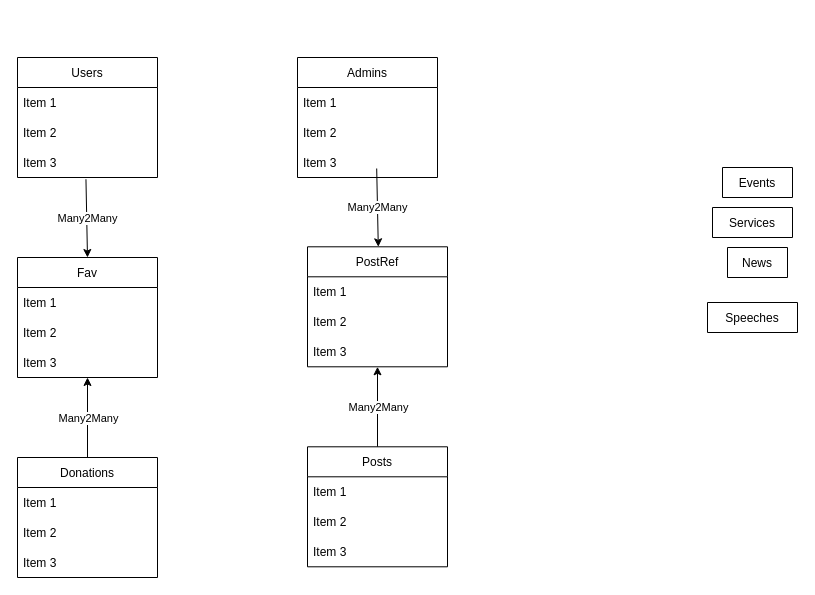
Above: plan.drawio in javokhirbozorov/kidbrook-masjid (draw.io), before the change. Source tidied: cells renumbered, new cells numbered last; positions are measured from the earlier drawing's top-left corner, leaving out a move shared by most shapes. Both pictures are drawn from the tidied source at 100%, with x=0, y=0 at pixel (17, 57).
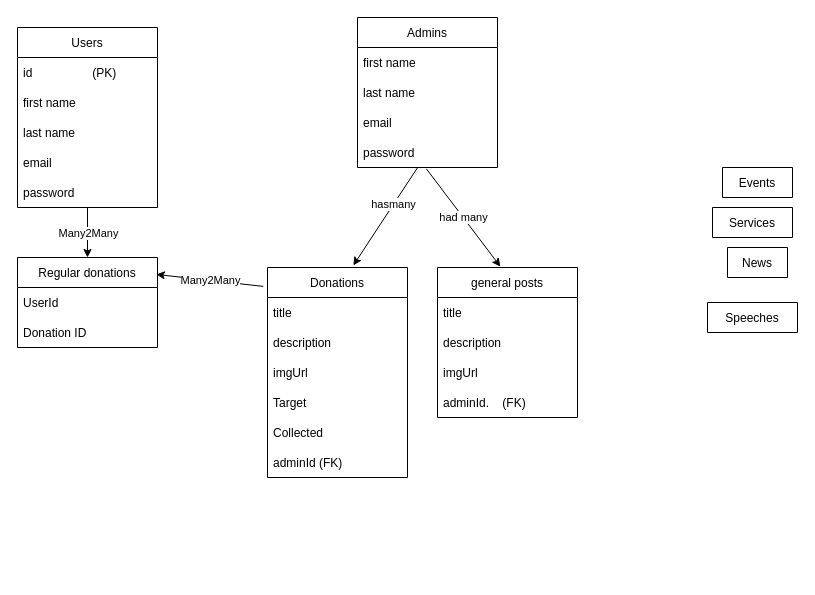
After the change.

The edit, as a diff of the source:
```diff
@@
     <mxCell id="2" value="Users" style="swimlane;fontStyle=0;horizontal=1;startSize=30;" parent="1" vertex="1">
-      <mxGeometry width="140" height="120" as="geometry" />
+      <mxGeometry y="-30" width="140" height="180" as="geometry" />
     </mxCell>
-    <mxCell id="3" value="Item 1" style="text;strokeColor=none;fillColor=none;align=left;verticalAlign=middle;spacingLeft=4;spacingRight=4;overflow=hidden;" parent="2" vertex="1">
+    <mxCell id="3" value="id                  (PK)" style="text;strokeColor=none;fillColor=none;align=left;verticalAlign=middle;spacingLeft=4;spacingRight=4;overflow=hidden;" parent="2" vertex="1">
       <mxGeometry y="30" width="140" height="30" as="geometry" />
     </mxCell>
-    <mxCell id="4" value="Item 2" style="text;strokeColor=none;fillColor=none;align=left;verticalAlign=middle;spacingLeft=4;spacingRight=4;overflow=hidden;" parent="2" vertex="1">
+    <mxCell id="4" value="first name" style="text;strokeColor=none;fillColor=none;align=left;verticalAlign=middle;spacingLeft=4;spacingRight=4;overflow=hidden;" parent="2" vertex="1">
       <mxGeometry y="60" width="140" height="30" as="geometry" />
     </mxCell>
-    <mxCell id="5" value="Item 3" style="text;strokeColor=none;fillColor=none;align=left;verticalAlign=middle;spacingLeft=4;spacingRight=4;overflow=hidden;points=[[0,0.5],[1,0.5]];portConstraint=eastwest;" parent="2" vertex="1">
+    <mxCell id="5" value="last name" style="text;strokeColor=none;fillColor=none;align=left;verticalAlign=middle;spacingLeft=4;spacingRight=4;overflow=hidden;points=[[0,0.5],[1,0.5]];portConstraint=eastwest;" parent="2" vertex="1">
       <mxGeometry y="90" width="140" height="30" as="geometry" />
     </mxCell>
+    <mxCell id="38" value="email" style="text;strokeColor=none;fillColor=none;align=left;verticalAlign=middle;spacingLeft=4;spacingRight=4;overflow=hidden;" parent="2" vertex="1">
+      <mxGeometry y="120" width="140" height="30" as="geometry" />
+    </mxCell>
+    <mxCell id="39" value="password" style="text;strokeColor=none;fillColor=none;align=left;verticalAlign=middle;spacingLeft=4;spacingRight=4;overflow=hidden;" parent="2" vertex="1">
+      <mxGeometry y="150" width="140" height="30" as="geometry" />
+    </mxCell>
@@
     <mxCell id="7" value="Donations" style="swimlane;fontStyle=0;horizontal=1;startSize=30;" parent="1" vertex="1">
-      <mxGeometry y="400" width="140" height="120" as="geometry" />
+      <mxGeometry x="250" y="210" width="140" height="210" as="geometry" />
     </mxCell>
-    <mxCell id="8" value="Item 1" style="text;strokeColor=none;fillColor=none;align=left;verticalAlign=middle;spacingLeft=4;spacingRight=4;overflow=hidden;" parent="7" vertex="1">
+    <mxCell id="8" value="title" style="text;strokeColor=none;fillColor=none;align=left;verticalAlign=middle;spacingLeft=4;spacingRight=4;overflow=hidden;" parent="7" vertex="1">
       <mxGeometry y="30" width="140" height="30" as="geometry" />
     </mxCell>
-    <mxCell id="9" value="Item 2" style="text;strokeColor=none;fillColor=none;align=left;verticalAlign=middle;spacingLeft=4;spacingRight=4;overflow=hidden;" parent="7" vertex="1">
+    <mxCell id="9" value="description" style="text;strokeColor=none;fillColor=none;align=left;verticalAlign=middle;spacingLeft=4;spacingRight=4;overflow=hidden;" parent="7" vertex="1">
       <mxGeometry y="60" width="140" height="30" as="geometry" />
     </mxCell>
-    <mxCell id="10" value="Item 3" style="text;strokeColor=none;fillColor=none;align=left;verticalAlign=middle;spacingLeft=4;spacingRight=4;overflow=hidden;" parent="7" vertex="1">
+    <mxCell id="10" value="imgUrl" style="text;strokeColor=none;fillColor=none;align=left;verticalAlign=middle;spacingLeft=4;spacingRight=4;overflow=hidden;" parent="7" vertex="1">
       <mxGeometry y="90" width="140" height="30" as="geometry" />
     </mxCell>
+    <mxCell id="40" value="Target" style="text;strokeColor=none;fillColor=none;align=left;verticalAlign=middle;spacingLeft=4;spacingRight=4;overflow=hidden;" parent="7" vertex="1">
+      <mxGeometry y="120" width="140" height="30" as="geometry" />
+    </mxCell>
+    <mxCell id="41" value="Collected" style="text;strokeColor=none;fillColor=none;align=left;verticalAlign=middle;spacingLeft=4;spacingRight=4;overflow=hidden;" parent="7" vertex="1">
+      <mxGeometry y="150" width="140" height="30" as="geometry" />
+    </mxCell>
+    <mxCell id="42" value="adminId (FK)" style="text;strokeColor=none;fillColor=none;align=left;verticalAlign=middle;spacingLeft=4;spacingRight=4;overflow=hidden;" parent="7" vertex="1">
+      <mxGeometry y="180" width="140" height="30" as="geometry" />
+    </mxCell>
     <mxCell id="11" value="Admins" style="swimlane;fontStyle=0;horizontal=1;startSize=30;" parent="1" vertex="1">
-      <mxGeometry x="280" width="140" height="120" as="geometry" />
+      <mxGeometry x="340" y="-40" width="140" height="150" as="geometry" />
     </mxCell>
-    <mxCell id="12" value="Item 1" style="text;strokeColor=none;fillColor=none;align=left;verticalAlign=middle;spacingLeft=4;spacingRight=4;overflow=hidden;" parent="11" vertex="1">
+    <mxCell id="12" value="first name" style="text;strokeColor=none;fillColor=none;align=left;verticalAlign=middle;spacingLeft=4;spacingRight=4;overflow=hidden;" parent="11" vertex="1">
       <mxGeometry y="30" width="140" height="30" as="geometry" />
     </mxCell>
-    <mxCell id="13" value="Item 2" style="text;strokeColor=none;fillColor=none;align=left;verticalAlign=middle;spacingLeft=4;spacingRight=4;overflow=hidden;" parent="11" vertex="1">
+    <mxCell id="13" value="last name" style="text;strokeColor=none;fillColor=none;align=left;verticalAlign=middle;spacingLeft=4;spacingRight=4;overflow=hidden;" parent="11" vertex="1">
       <mxGeometry y="60" width="140" height="30" as="geometry" />
     </mxCell>
-    <mxCell id="14" value="Item 3" style="text;strokeColor=none;fillColor=none;align=left;verticalAlign=middle;spacingLeft=4;spacingRight=4;overflow=hidden;" parent="11" vertex="1">
+    <mxCell id="14" value="email" style="text;strokeColor=none;fillColor=none;align=left;verticalAlign=middle;spacingLeft=4;spacingRight=4;overflow=hidden;" parent="11" vertex="1">
       <mxGeometry y="90" width="140" height="30" as="geometry" />
     </mxCell>
+    <mxCell id="43" value="password" style="text;strokeColor=none;fillColor=none;align=left;verticalAlign=middle;spacingLeft=4;spacingRight=4;overflow=hidden;points=[[0,0.5],[1,0.5]];portConstraint=eastwest;" parent="11" vertex="1">
+      <mxGeometry y="120" width="140" height="30" as="geometry" />
+    </mxCell>
@@
-    <mxCell id="18" value="Fav" style="swimlane;fontStyle=0;horizontal=1;startSize=30;" parent="1" vertex="1">
-      <mxGeometry y="200" width="140" height="120" as="geometry" />
+    <mxCell id="18" value="Regular donations" style="swimlane;fontStyle=0;horizontal=1;startSize=30;" parent="1" vertex="1">
+      <mxGeometry y="200" width="140" height="90" as="geometry" />
     </mxCell>
-    <mxCell id="19" value="Item 1" style="text;strokeColor=none;fillColor=none;align=left;verticalAlign=middle;spacingLeft=4;spacingRight=4;overflow=hidden;" parent="18" vertex="1">
+    <mxCell id="19" value="UserId" style="text;strokeColor=none;fillColor=none;align=left;verticalAlign=middle;spacingLeft=4;spacingRight=4;overflow=hidden;" parent="18" vertex="1">
       <mxGeometry y="30" width="140" height="30" as="geometry" />
     </mxCell>
-    <mxCell id="20" value="Item 2" style="text;strokeColor=none;fillColor=none;align=left;verticalAlign=middle;spacingLeft=4;spacingRight=4;overflow=hidden;" parent="18" vertex="1">
+    <mxCell id="20" value="Donation ID" style="text;strokeColor=none;fillColor=none;align=left;verticalAlign=middle;spacingLeft=4;spacingRight=4;overflow=hidden;" parent="18" vertex="1">
       <mxGeometry y="60" width="140" height="30" as="geometry" />
     </mxCell>
-    <mxCell id="21" value="Item 3" style="text;strokeColor=none;fillColor=none;align=left;verticalAlign=middle;spacingLeft=4;spacingRight=4;overflow=hidden;points=[[0,0.5],[1,0.5]];portConstraint=eastwest;" parent="18" vertex="1">
-      <mxGeometry y="90" width="140" height="30" as="geometry" />
-    </mxCell>
-    <mxCell id="22" style="endArrow=classic;html=1;exitX=0.489;exitY=1.058;exitDx=0;exitDy=0;exitPerimeter=0;entryX=0.5;entryY=0;entryDx=0;entryDy=0;" parent="1" edge="1" source="5" target="18">
-      <mxGeometry relative="1" as="geometry" />
+    <mxCell id="22" style="endArrow=classic;html=1;entryX=0.5;entryY=0;entryDx=0;entryDy=0;" parent="1" edge="1" target="18">
+      <mxGeometry relative="1" as="geometry">
+        <mxPoint x="70" y="150" as="sourcePoint" />
+      </mxGeometry>
     </mxCell>
@@
-    <mxCell id="24" style="endArrow=classic;html=1;exitX=0.5;exitY=0;exitDx=0;exitDy=0;" parent="22" edge="1" source="28" target="35">
-      <mxGeometry relative="1" as="geometry" />
-    </mxCell>
-    <mxCell id="25" value="Many2Many" style="edgeLabel;html=1;align=center;verticalAlign=middle;" parent="24" vertex="1">
-      <mxGeometry relative="1" as="geometry" />
-    </mxCell>
-    <mxCell id="26" style="endArrow=classic;html=1;exitX=0.5;exitY=0;exitDx=0;exitDy=0;" parent="1" edge="1" source="7" target="21">
+    <mxCell id="26" style="endArrow=classic;html=1;exitX=-0.03;exitY=0.09;exitDx=0;exitDy=0;entryX=0.992;entryY=0.188;entryDx=0;entryDy=0;entryPerimeter=0;exitPerimeter=0;" parent="1" edge="1" source="7" target="18">
       <mxGeometry relative="1" as="geometry" />
     </mxCell>
@@
-    <mxCell id="28" value="Posts" style="swimlane;fontStyle=0;horizontal=1;startSize=30;" parent="1" vertex="1">
-      <mxGeometry x="290" y="389.3" width="140" height="120" as="geometry" />
+    <mxCell id="28" value="general posts" style="swimlane;fontStyle=0;horizontal=1;startSize=30;" parent="1" vertex="1">
+      <mxGeometry x="420" y="210" width="140" height="150" as="geometry" />
     </mxCell>
-    <mxCell id="29" value="Item 1" style="text;strokeColor=none;fillColor=none;align=left;verticalAlign=middle;spacingLeft=4;spacingRight=4;overflow=hidden;" parent="28" vertex="1">
+    <mxCell id="29" value="title" style="text;strokeColor=none;fillColor=none;align=left;verticalAlign=middle;spacingLeft=4;spacingRight=4;overflow=hidden;" parent="28" vertex="1">
       <mxGeometry y="30" width="140" height="30" as="geometry" />
     </mxCell>
-    <mxCell id="30" value="Item 2" style="text;strokeColor=none;fillColor=none;align=left;verticalAlign=middle;spacingLeft=4;spacingRight=4;overflow=hidden;" parent="28" vertex="1">
+    <mxCell id="30" value="description" style="text;strokeColor=none;fillColor=none;align=left;verticalAlign=middle;spacingLeft=4;spacingRight=4;overflow=hidden;" parent="28" vertex="1">
       <mxGeometry y="60" width="140" height="30" as="geometry" />
     </mxCell>
-    <mxCell id="31" value="Item 3" style="text;strokeColor=none;fillColor=none;align=left;verticalAlign=middle;spacingLeft=4;spacingRight=4;overflow=hidden;" parent="28" vertex="1">
+    <mxCell id="31" value="imgUrl" style="text;strokeColor=none;fillColor=none;align=left;verticalAlign=middle;spacingLeft=4;spacingRight=4;overflow=hidden;" parent="28" vertex="1">
       <mxGeometry y="90" width="140" height="30" as="geometry" />
     </mxCell>
-    <mxCell id="32" value="PostRef" style="swimlane;fontStyle=0;horizontal=1;startSize=30;" parent="1" vertex="1">
-      <mxGeometry x="290" y="189.3" width="140" height="120" as="geometry" />
-    </mxCell>
-    <mxCell id="33" value="Item 1" style="text;strokeColor=none;fillColor=none;align=left;verticalAlign=middle;spacingLeft=4;spacingRight=4;overflow=hidden;" parent="32" vertex="1">
-      <mxGeometry y="30" width="140" height="30" as="geometry" />
-    </mxCell>
-    <mxCell id="34" value="Item 2" style="text;strokeColor=none;fillColor=none;align=left;verticalAlign=middle;spacingLeft=4;spacingRight=4;overflow=hidden;" parent="32" vertex="1">
-      <mxGeometry y="60" width="140" height="30" as="geometry" />
-    </mxCell>
-    <mxCell id="35" value="Item 3" style="text;strokeColor=none;fillColor=none;align=left;verticalAlign=middle;spacingLeft=4;spacingRight=4;overflow=hidden;points=[[0,0.5],[1,0.5]];portConstraint=eastwest;" parent="32" vertex="1">
-      <mxGeometry y="90" width="140" height="30" as="geometry" />
-    </mxCell>
+    <mxCell id="44" value="adminId.    (FK)" style="text;strokeColor=none;fillColor=none;align=left;verticalAlign=middle;spacingLeft=4;spacingRight=4;overflow=hidden;" parent="28" vertex="1">
+      <mxGeometry y="120" width="140" height="30" as="geometry" />
+    </mxCell>
-    <mxCell id="36" style="endArrow=classic;html=1;exitX=0.489;exitY=1.058;exitDx=0;exitDy=0;exitPerimeter=0;entryX=0.5;entryY=0;entryDx=0;entryDy=0;" parent="1" edge="1">
-      <mxGeometry relative="1" as="geometry">
-        <mxPoint x="359.2" y="111" as="sourcePoint" />
-        <mxPoint x="360.8" y="189.3" as="targetPoint" />
-      </mxGeometry>
+    <mxCell id="36" style="endArrow=classic;html=1;exitX=0.492;exitY=1.044;exitDx=0;exitDy=0;exitPerimeter=0;entryX=0.449;entryY=-0.006;entryDx=0;entryDy=0;entryPerimeter=0;" parent="1" edge="1" source="43" target="28">
+      <mxGeometry relative="1" as="geometry" />
     </mxCell>
-    <mxCell id="37" value="Many2Many" style="edgeLabel;html=1;align=center;verticalAlign=middle;" parent="36" vertex="1">
+    <mxCell id="37" value="had many" style="edgeLabel;html=1;align=center;verticalAlign=middle;" parent="36" vertex="1">
       <mxGeometry relative="1" as="geometry" />
     </mxCell>
+    <mxCell id="45" style="endArrow=classic;html=1;entryX=0.613;entryY=-0.01;entryDx=0;entryDy=0;entryPerimeter=0;" parent="1" edge="1" source="43" target="7">
+      <mxGeometry relative="1" as="geometry" />
+    </mxCell>
+    <mxCell id="46" value="hasmany" style="edgeLabel;html=1;align=center;verticalAlign=middle;" parent="45" vertex="1">
+      <mxGeometry x="-0.25" relative="1" as="geometry" />
+    </mxCell>
```
